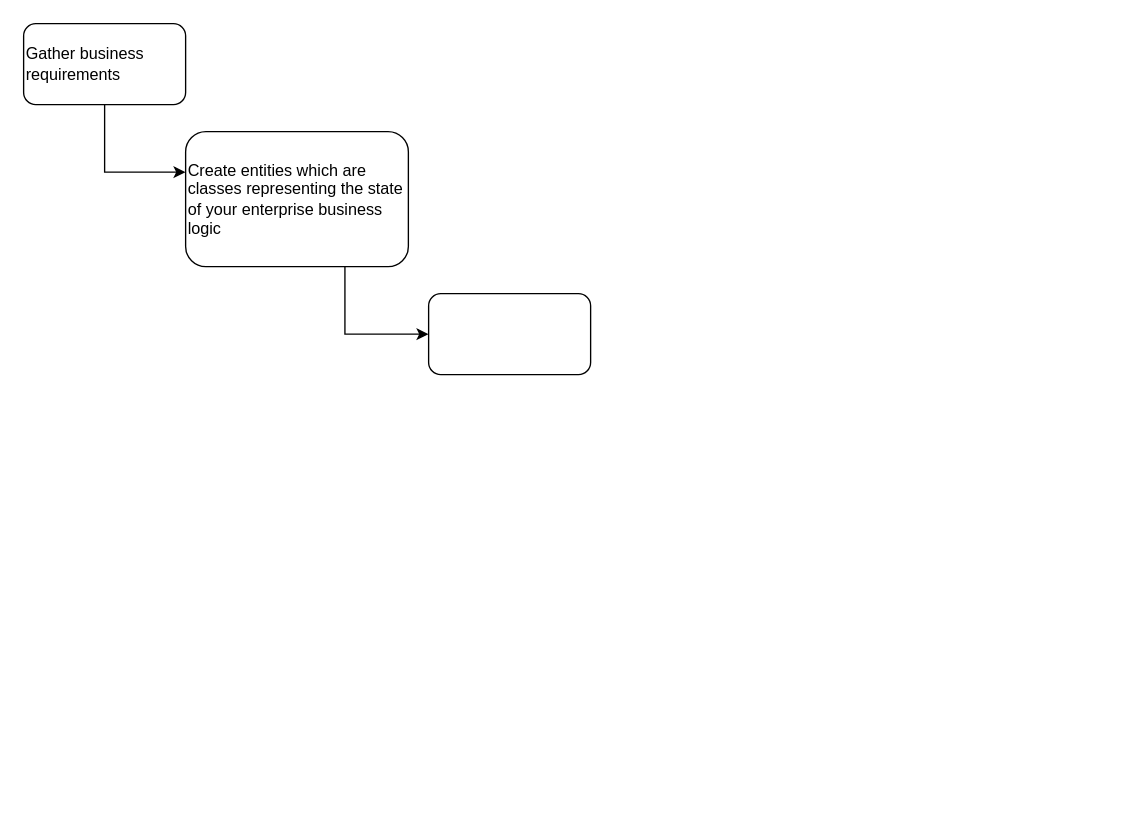
Above: clean_architecture/software_design.drawio in rrigato/architecture (draw.io), before the change. Source tidied: cells renumbered, new cells numbered last; positions are measured from the earlier drawing's top-left corner, leaving out a move shared by most shapes. Both pictures are drawn from the tidied source at 135%, with x=0, y=0 at pixel (23, 23).
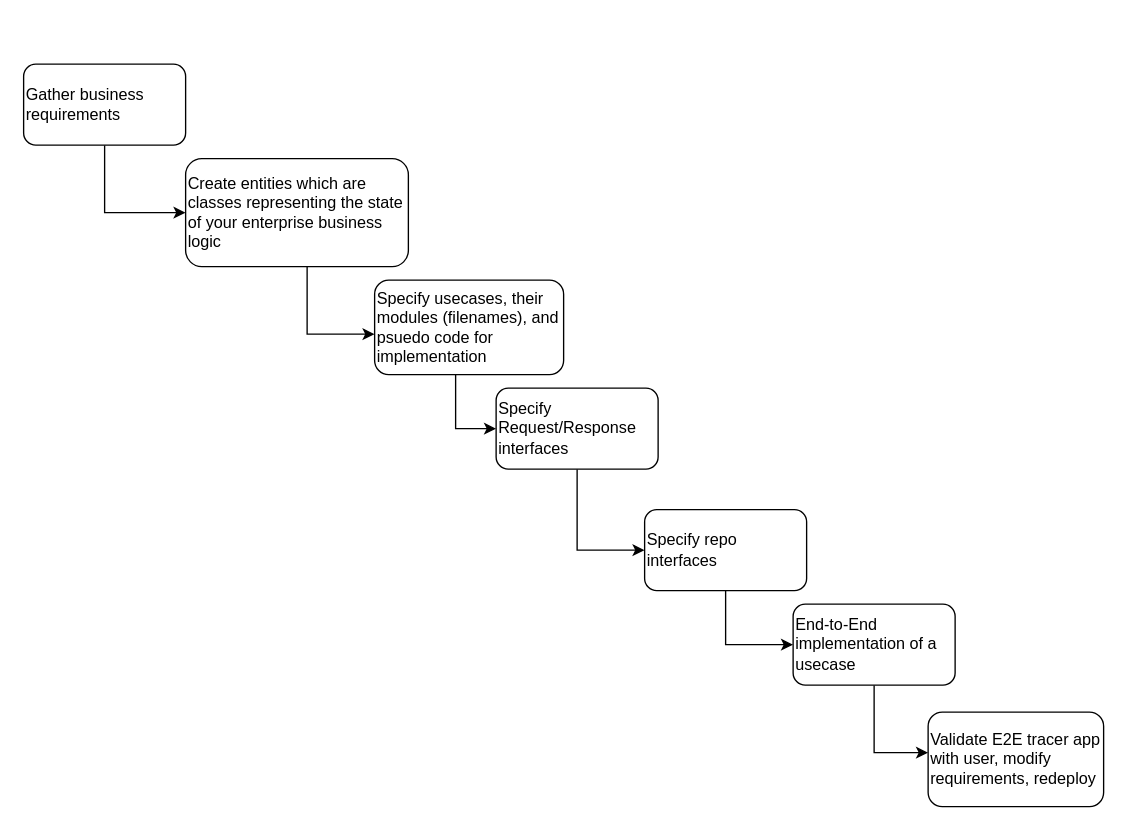
After the change.

Commit message:
tracer app specification

Change to the diagram source:
```diff
@@
     <mxCell id="2" style="edgeStyle=orthogonalEdgeStyle;rounded=0;jettySize=auto;html=1;" parent="1" edge="1" source="3" target="5">
       <mxGeometry relative="1" as="geometry">
         <Array as="points">
-          <mxPoint x="60" y="110" />
+          <mxPoint x="60" y="140" />
         </Array>
       </mxGeometry>
     </mxCell>
     <mxCell id="3" value="Gather business requirements" style="rounded=1;whiteSpace=wrap;html=1;align=left;" parent="1" vertex="1">
-      <mxGeometry width="120" height="60" as="geometry" />
+      <mxGeometry y="30" width="120" height="60" as="geometry" />
     </mxCell>
-    <mxCell id="4" style="edgeStyle=orthogonalEdgeStyle;rounded=0;jettySize=auto;html=1;entryX=0;entryY=0.5;entryDx=0;entryDy=0;" parent="1" edge="1" source="5" target="6">
-      <mxGeometry relative="1" as="geometry">
-        <Array as="points">
-          <mxPoint x="238" y="230" />
-        </Array>
-      </mxGeometry>
-    </mxCell>
     <mxCell id="5" value="Create entities which are classes representing the state of your enterprise business logic&amp;nbsp;" style="rounded=1;whiteSpace=wrap;html=1;align=left;" parent="1" vertex="1">
-      <mxGeometry x="120" y="80" width="165" height="100" as="geometry" />
+      <mxGeometry x="120" y="100" width="165" height="80" as="geometry" />
     </mxCell>
+    <mxCell id="7" style="edgeStyle=orthogonalEdgeStyle;rounded=0;jettySize=auto;html=1;" parent="1" edge="1" target="9">
+      <mxGeometry relative="1" as="geometry">
+        <mxPoint x="320" y="230" as="sourcePoint" />
+        <Array as="points">
+          <mxPoint x="320" y="300" />
+        </Array>
+      </mxGeometry>
+    </mxCell>
-    <mxCell id="6" style="whiteSpace=wrap;html=1;rounded=1;align=left;" parent="1" vertex="1">
-      <mxGeometry x="300" y="200" width="120" height="60" as="geometry" />
+    <mxCell id="6" value="Specify usecases, their modules (filenames), and psuedo code for implementation" style="whiteSpace=wrap;html=1;rounded=1;align=left;" parent="1" vertex="1">
+      <mxGeometry x="260" y="190" width="140" height="70" as="geometry" />
     </mxCell>
+    <mxCell id="8" style="edgeStyle=orthogonalEdgeStyle;rounded=0;jettySize=auto;html=1;entryX=0;entryY=0.5;entryDx=0;entryDy=0;" parent="1" edge="1" source="9" target="11">
+      <mxGeometry relative="1" as="geometry" />
+    </mxCell>
+    <mxCell id="9" value="Specify Request/Response interfaces" style="whiteSpace=wrap;html=1;rounded=1;align=left;" parent="1" vertex="1">
+      <mxGeometry x="350" y="270" width="120" height="60" as="geometry" />
+    </mxCell>
+    <mxCell id="10" style="edgeStyle=orthogonalEdgeStyle;rounded=0;jettySize=auto;html=1;entryX=0;entryY=0.5;entryDx=0;entryDy=0;" parent="1" edge="1" source="11" target="13">
+      <mxGeometry relative="1" as="geometry" />
+    </mxCell>
+    <mxCell id="11" value="Specify repo interfaces" style="whiteSpace=wrap;html=1;rounded=1;align=left;" parent="1" vertex="1">
+      <mxGeometry x="460" y="360" width="120" height="60" as="geometry" />
+    </mxCell>
+    <mxCell id="12" style="edgeStyle=orthogonalEdgeStyle;rounded=0;jettySize=auto;html=1;" parent="1" edge="1" source="13" target="14">
+      <mxGeometry relative="1" as="geometry">
+        <Array as="points">
+          <mxPoint x="630" y="540" />
+        </Array>
+      </mxGeometry>
+    </mxCell>
+    <mxCell id="13" value="End-to-End implementation of a usecase" style="whiteSpace=wrap;html=1;rounded=1;align=left;" parent="1" vertex="1">
+      <mxGeometry x="570" y="430" width="120" height="60" as="geometry" />
+    </mxCell>
+    <mxCell id="14" value="Validate E2E tracer app with user, modify requirements, redeploy" style="whiteSpace=wrap;html=1;rounded=1;align=left;" parent="1" vertex="1">
+      <mxGeometry x="670" y="510" width="130" height="70" as="geometry" />
+    </mxCell>
+    <mxCell id="15" style="edgeStyle=orthogonalEdgeStyle;rounded=0;orthogonalLoop=1;jettySize=auto;html=1;entryX=0;entryY=0.5;entryDx=0;entryDy=0;" parent="1" edge="1">
+      <mxGeometry relative="1" as="geometry">
+        <mxPoint x="210" y="180" as="sourcePoint" />
+        <mxPoint x="260" y="230" as="targetPoint" />
+        <Array as="points">
+          <mxPoint x="210.5" y="230" />
+        </Array>
+      </mxGeometry>
+    </mxCell>
```
